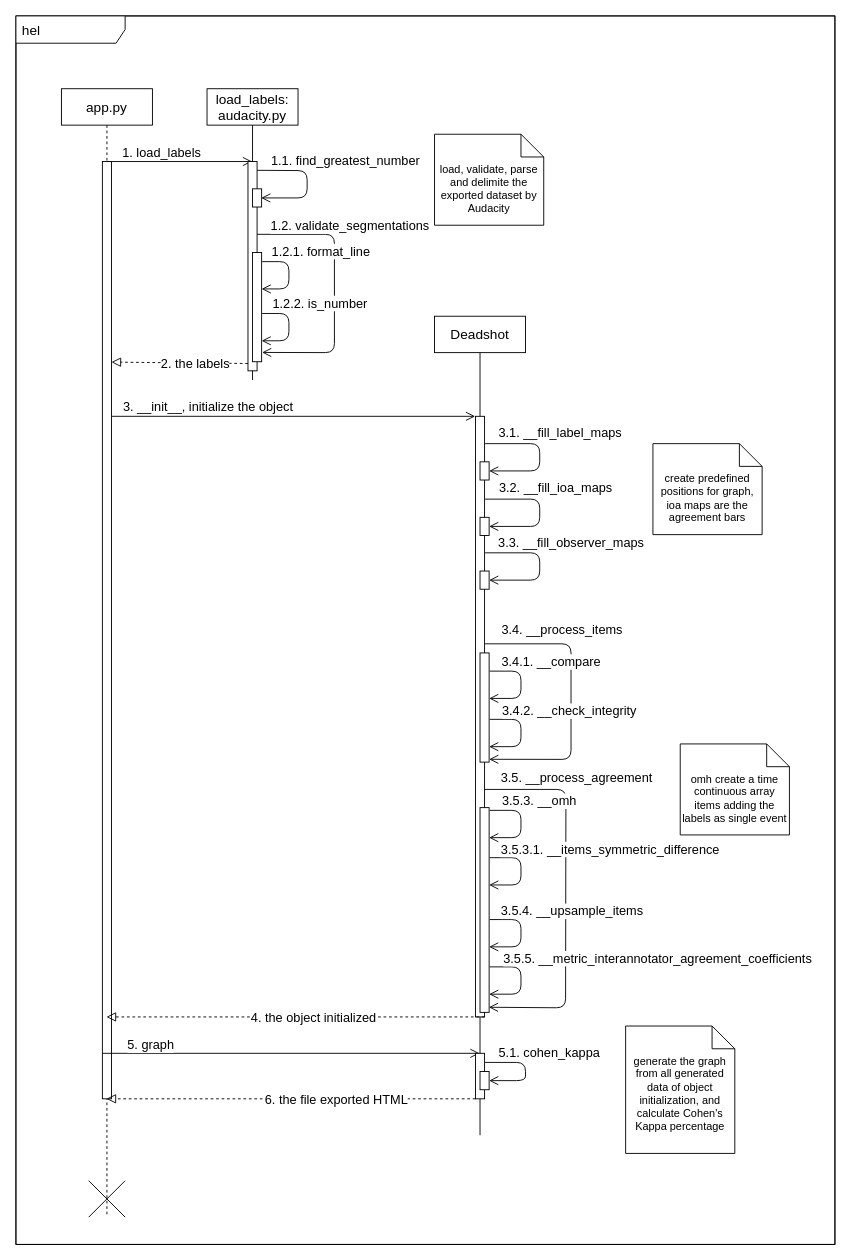
Before: docs/sequence.drawio in crfloresc/deadshot, a draw.io diagram. Source tidied: cells renumbered, new cells numbered last; positions are measured from the earlier drawing's top-left corner, leaving out a move shared by most shapes. Both pictures are drawn from the tidied source at 91%, with x=0, y=0 at pixel (15, 15).
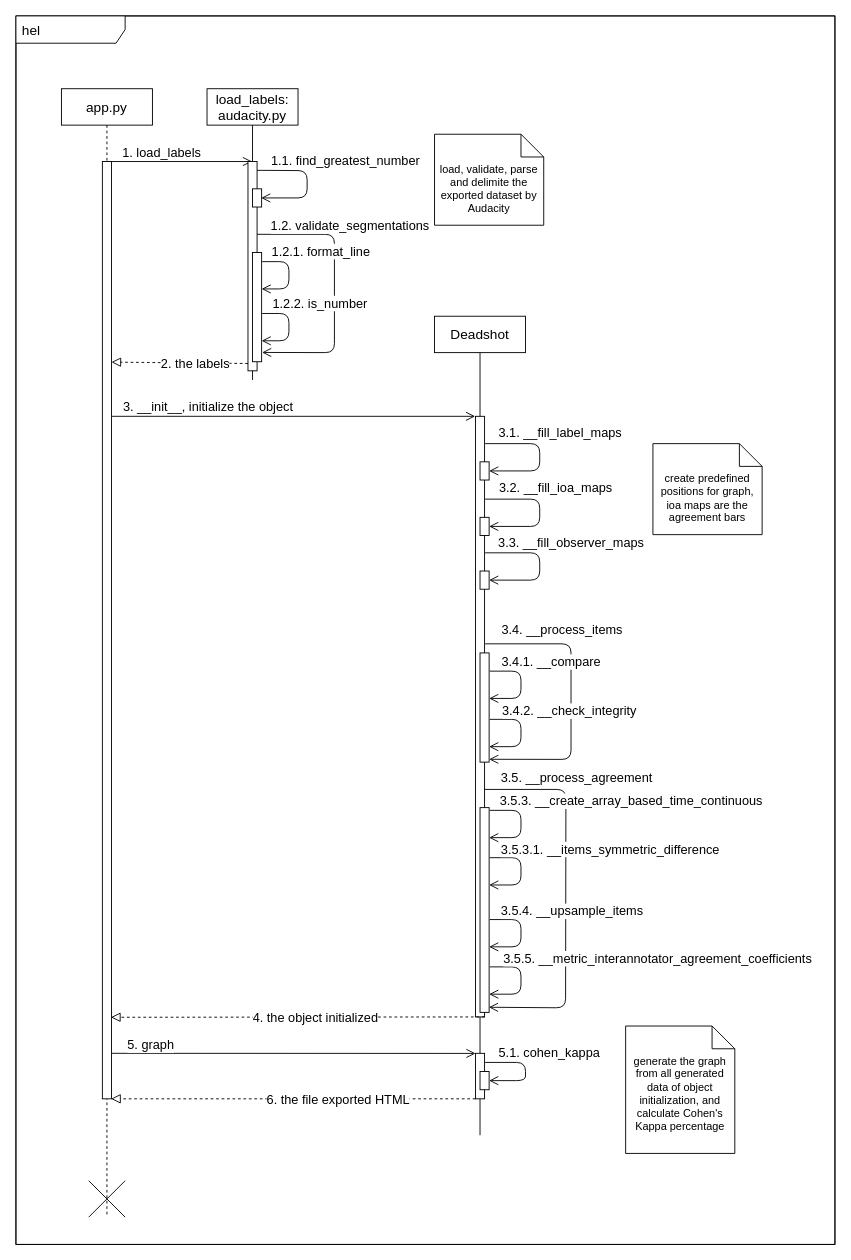
After the change.

The change refers to these unchanged cells:
```xml
<mxCell id="4" value="&lt;font style=&quot;font-size: 15px;&quot;&gt;app.py&lt;/font&gt;" style="shape=umlLifeline;perimeter=lifelinePerimeter;whiteSpace=wrap;html=1;outlineConnect=0;" parent="1" vertex="1">
  <mxGeometry x="50" y="80" width="100" height="1240" as="geometry" />
</mxCell>
<mxCell id="9" style="html=1;points=[];perimeter=orthogonalPerimeter;" parent="4" vertex="1">
  <mxGeometry x="45" y="80" width="10" height="1030" as="geometry" />
</mxCell>
<mxCell id="25" value="&lt;font style=&quot;font-size: 15px;&quot;&gt;Deadshot&lt;/font&gt;" style="shape=umlLifeline;perimeter=lifelinePerimeter;whiteSpace=wrap;html=1;outlineConnect=0;lifelineDashed=0;" parent="1" vertex="1">
  <mxGeometry x="460" y="330" width="100" height="900" as="geometry" />
</mxCell>
<mxCell id="39" style="endArrow=open;startArrow=none;endFill=0;startFill=0;endSize=8;html=1;verticalAlign=bottom;labelBackgroundColor=none;strokeWidth=1;" parent="25" edge="1">
  <mxGeometry relative="1" as="geometry">
    <mxPoint x="60.6" y="543" as="sourcePoint" />
    <mxPoint x="60" y="573" as="targetPoint" />
    <Array as="points">
      <mxPoint x="95" y="543" />
      <mxPoint x="95" y="573" />
    </Array>
  </mxGeometry>
</mxCell>
<mxCell id="45" style="html=1;points=[];perimeter=orthogonalPerimeter;" parent="25" vertex="1">
  <mxGeometry x="45" y="810" width="10" height="50" as="geometry" />
</mxCell>
```

Diff of the diagram source:
```diff
@@
+    <mxCell id="11" style="endArrow=open;startArrow=none;endFill=0;startFill=0;endSize=8;html=1;verticalAlign=bottom;labelBackgroundColor=none;strokeWidth=1;entryX=0.008;entryY=0.002;entryDx=0;entryDy=0;entryPerimeter=0;" parent="4" edge="1" target="45">
+      <mxGeometry relative="1" as="geometry">
+        <mxPoint x="45" y="1060" as="sourcePoint" />
+      </mxGeometry>
+    </mxCell>
+    <mxCell id="12" value="&lt;font style=&quot;font-size: 14px;&quot;&gt;5. graph&lt;/font&gt;" style="edgeLabel;html=1;align=center;verticalAlign=middle;" parent="11" vertex="1">
+      <mxGeometry x="-0.82" y="2" relative="1" as="geometry">
+        <mxPoint x="15" y="-8" as="offset" />
+      </mxGeometry>
+    </mxCell>
@@
-    <mxCell id="11" style="endArrow=open;startArrow=none;endFill=0;startFill=0;endSize=8;html=1;verticalAlign=bottom;labelBackgroundColor=none;strokeWidth=1;" parent="4" edge="1" target="25">
-      <mxGeometry relative="1" as="geometry">
-        <mxPoint x="45" y="1060" as="sourcePoint" />
-      </mxGeometry>
-    </mxCell>
-    <mxCell id="12" value="&lt;font style=&quot;font-size: 14px;&quot;&gt;5. graph&lt;/font&gt;" style="edgeLabel;html=1;align=center;verticalAlign=middle;" parent="11" vertex="1">
-      <mxGeometry x="-0.82" y="2" relative="1" as="geometry">
-        <mxPoint x="15" y="-8" as="offset" />
-      </mxGeometry>
-    </mxCell>
@@
-    <mxCell id="40" value="&lt;font style=&quot;font-size: 14px;&quot;&gt;3.5.3. __omh&lt;/font&gt;" style="edgeLabel;html=1;align=center;verticalAlign=middle;" parent="39" vertex="1">
+    <mxCell id="40" value="&lt;font style=&quot;font-size: 14px;&quot;&gt;3.5.3. __create_array_based_time_continuous&lt;/font&gt;" style="edgeLabel;html=1;align=center;verticalAlign=middle;" parent="39" vertex="1">
       <mxGeometry x="-0.12" relative="1" as="geometry">
-        <mxPoint x="19" y="-20" as="offset" />
+        <mxPoint x="120" y="-20" as="offset" />
       </mxGeometry>
     </mxCell>
@@
-    <mxCell id="43" style="endArrow=block;startArrow=none;endFill=0;startFill=0;endSize=8;html=1;verticalAlign=bottom;dashed=1;labelBackgroundColor=none;" parent="25" edge="1" target="4">
+    <mxCell id="43" style="endArrow=block;startArrow=none;endFill=0;startFill=0;endSize=8;html=1;verticalAlign=bottom;dashed=1;labelBackgroundColor=none;entryX=0.945;entryY=0.913;entryDx=0;entryDy=0;entryPerimeter=0;" parent="25" edge="1" target="9">
       <mxGeometry relative="1" as="geometry">
         <mxPoint x="55" y="770" as="sourcePoint" />
       </mxGeometry>
     </mxCell>
@@
-    <mxCell id="48" style="endArrow=block;startArrow=none;endFill=0;startFill=0;endSize=8;html=1;verticalAlign=bottom;dashed=1;labelBackgroundColor=none;" parent="25" edge="1" target="4">
+    <mxCell id="48" style="endArrow=block;startArrow=none;endFill=0;startFill=0;endSize=8;html=1;verticalAlign=bottom;dashed=1;labelBackgroundColor=none;entryX=0.961;entryY=1;entryDx=0;entryDy=0;entryPerimeter=0;" parent="25" edge="1" target="9">
       <mxGeometry relative="1" as="geometry">
         <mxPoint x="45" y="860" as="sourcePoint" />
       </mxGeometry>
     </mxCell>
@@
-    <mxCell id="67" value="omh create a time continuous array items adding the labels as single event" style="shape=note2;boundedLbl=1;whiteSpace=wrap;html=1;size=25;verticalAlign=top;align=center;" parent="1" vertex="1">
-      <mxGeometry x="730" y="800" width="120" height="100" as="geometry" />
-    </mxCell>
```
